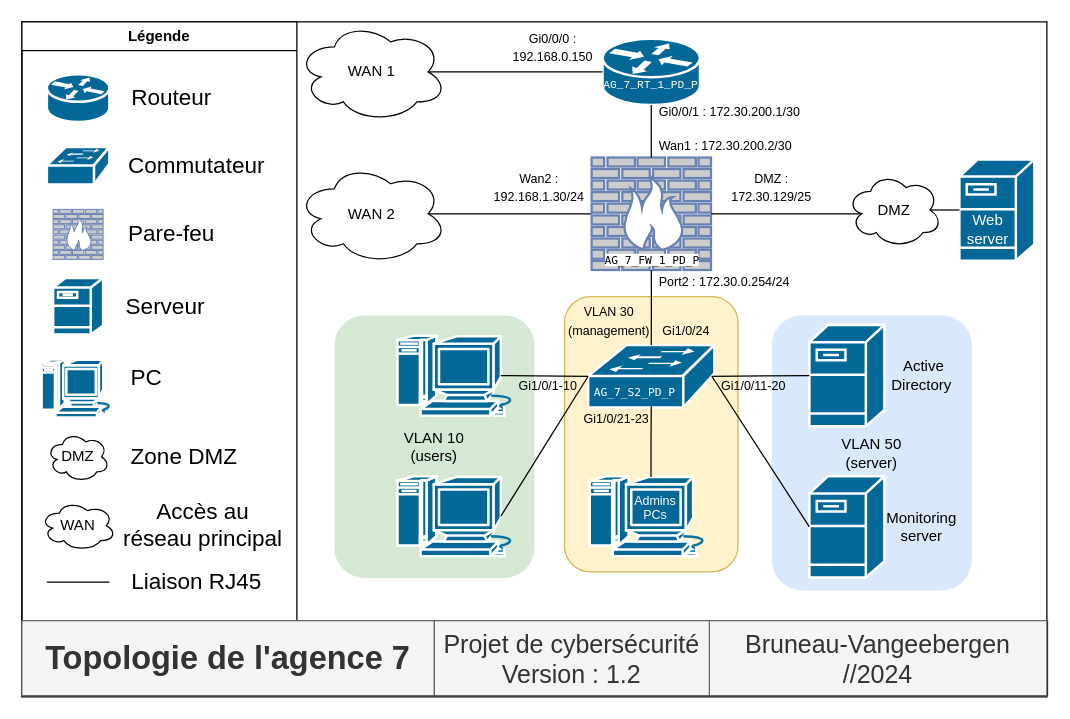
This is Topologie_Agence_7.drawio from trifoil/school-cyber, a draw.io file, before an edit. Source tidied: cells renumbered, new cells numbered last; positions are measured from the earlier drawing's top-left corner, leaving out a move shared by most shapes. Both pictures are drawn from the tidied source at 125%, with x=0, y=0 at pixel (21, 21).
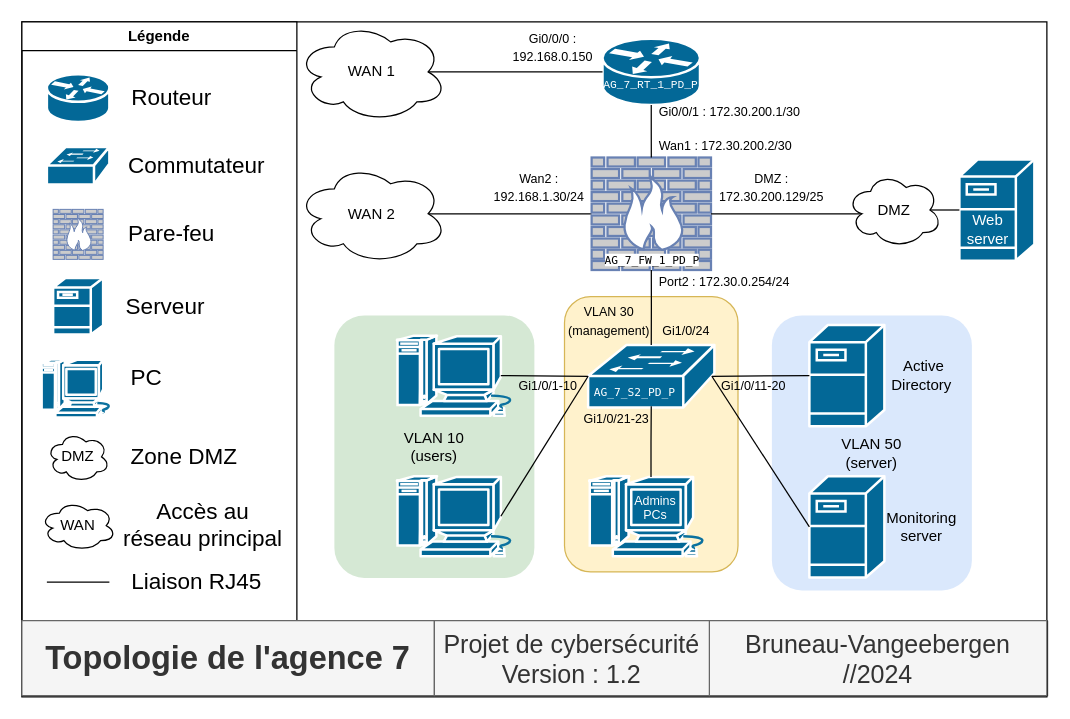
The same diagram, later.

Commit message:
edited topo diagram

Change to the diagram source:
```diff
@@
-    <mxCell id="55" value="&lt;font style=&quot;font-size: 10px;&quot;&gt;DMZ :&lt;/font&gt;&lt;div&gt;&lt;font style=&quot;font-size: 10px;&quot;&gt;172.30.129/25&lt;/font&gt;&lt;/div&gt;" style="text;html=1;align=center;verticalAlign=middle;whiteSpace=wrap;rounded=0;" parent="1" vertex="1">
+    <mxCell id="55" value="&lt;font style=&quot;font-size: 10px;&quot;&gt;DMZ :&lt;/font&gt;&lt;div&gt;&lt;font style=&quot;font-size: 10px;&quot;&gt;172.30.200.129/25&lt;/font&gt;&lt;/div&gt;" style="text;html=1;align=center;verticalAlign=middle;whiteSpace=wrap;rounded=0;" parent="1" vertex="1">
       <mxGeometry x="585" y="125.5" width="30" height="13.5" as="geometry" />
     </mxCell>
```
